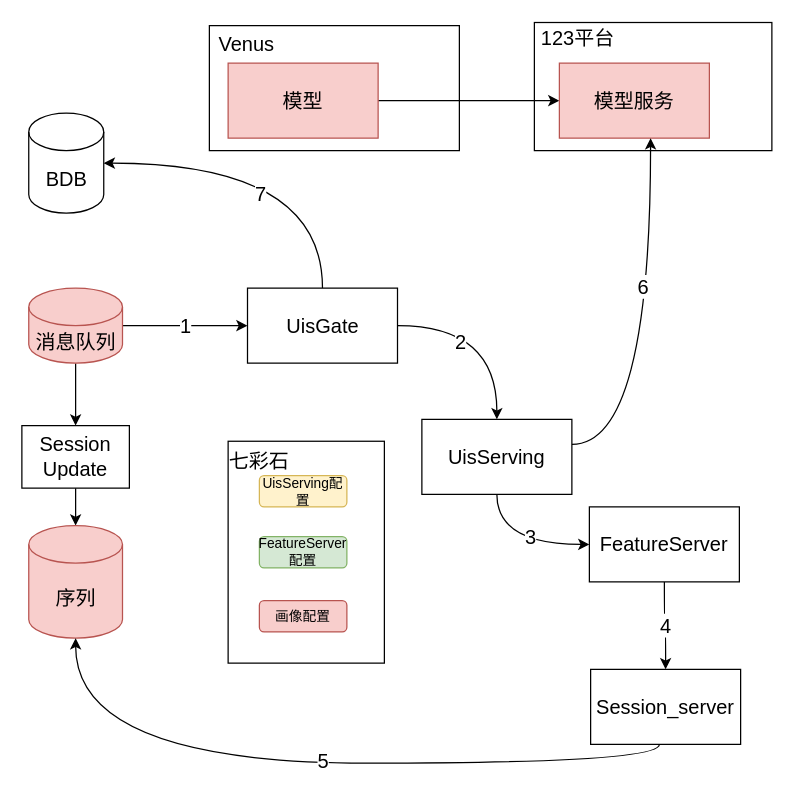
Earlier version of the draw.io diagram page "第 6 页" (6 of 7) of 未命名绘图.drawio (nullbull/uml). Source tidied: cells renumbered, new cells numbered last; positions are measured from the earlier drawing's top-left corner, leaving out a move shared by most shapes. Both pictures are drawn from the tidied source at 125%, with x=0, y=0 at pixel (21, 22).
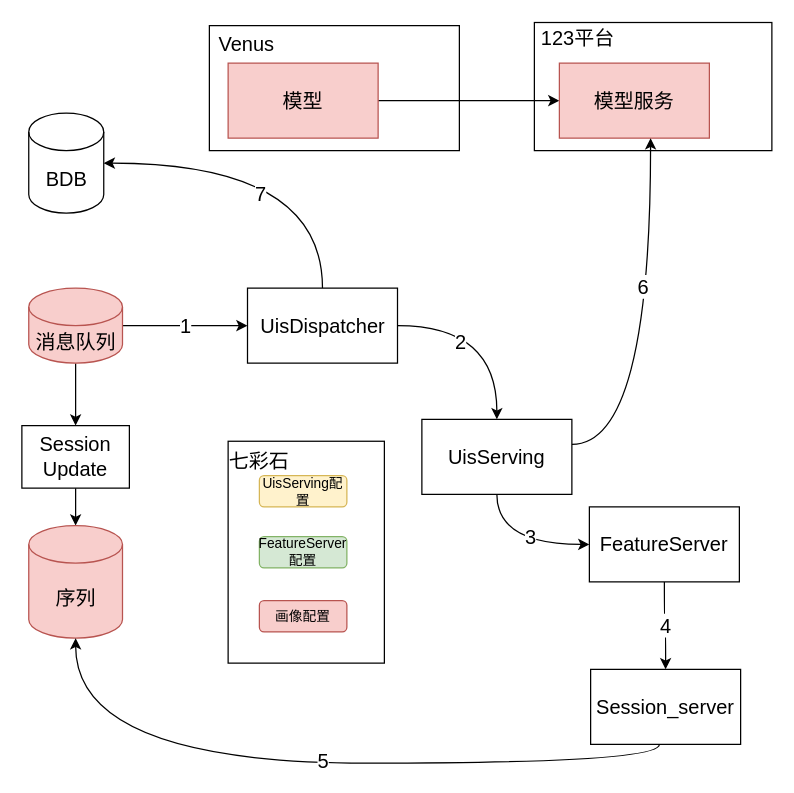
Above is the later version.

What changed in the source:
```diff
@@
-    <mxCell id="23" value="UisGate" style="rounded=0;whiteSpace=wrap;html=1;fontSize=16;" parent="1" vertex="1">
+    <mxCell id="23" value="UisDispatcher" style="rounded=0;whiteSpace=wrap;html=1;fontSize=16;" parent="1" vertex="1">
       <mxGeometry x="180.5" y="212" width="120" height="60" as="geometry" />
     </mxCell>
```
